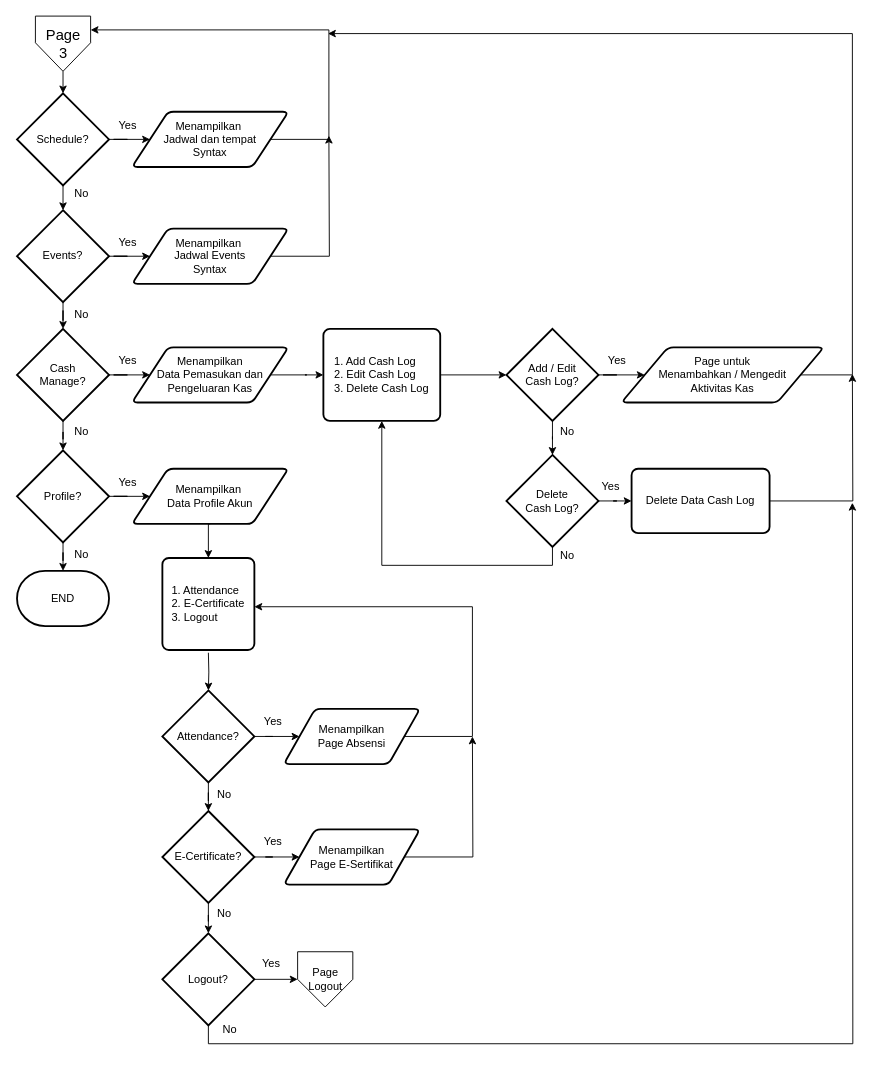
Earlier version of the draw.io diagram PG3.drawio (dapzz-id/DrawIO). Source tidied: cells renumbered, new cells numbered last; positions are measured from the earlier drawing's top-left corner, leaving out a move shared by most shapes. Both pictures are drawn from the tidied source at 92%, with x=0, y=0 at pixel (17, 16).
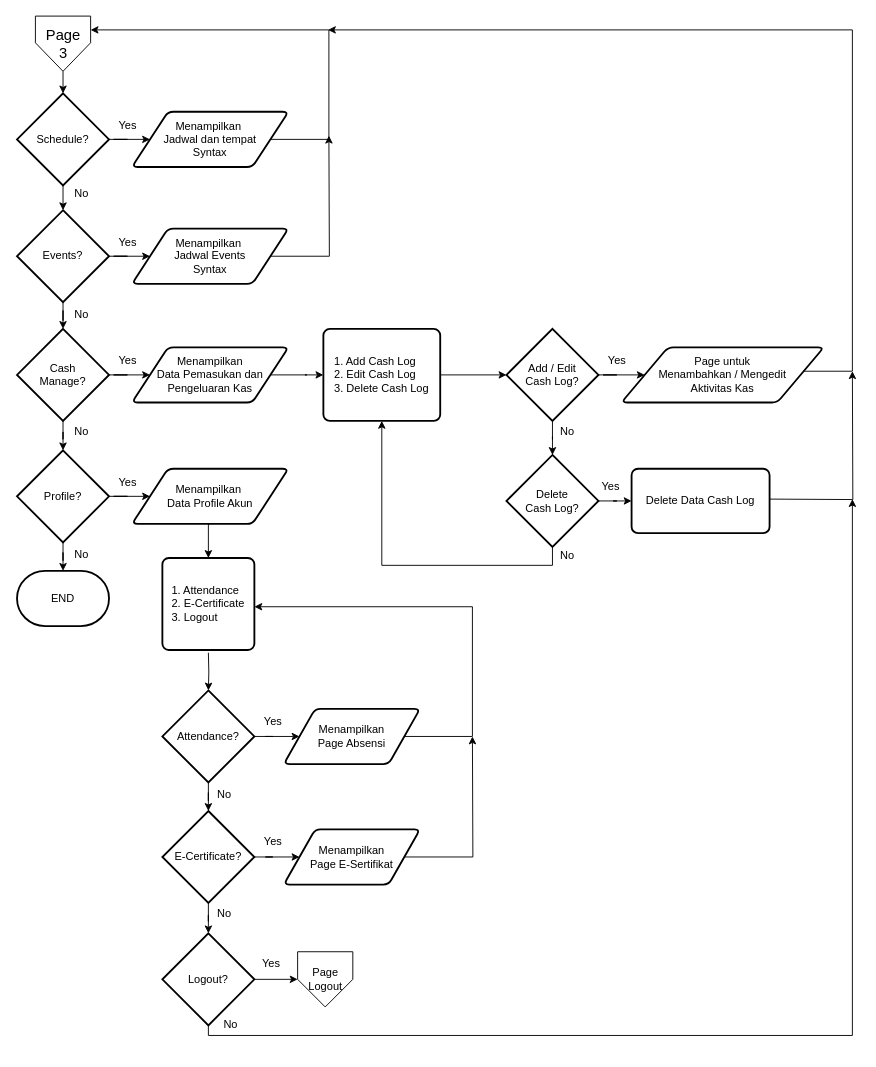
Above is the later version.

The change refers to these unchanged cells:
```xml
<mxCell id="37" value="Logout?" style="strokeWidth=2;html=1;shape=mxgraph.flowchart.decision;whiteSpace=wrap;" parent="1" vertex="1">
  <mxGeometry x="158" y="997" width="100" height="100" as="geometry" />
</mxCell>
<mxCell id="55" value="Page untuk&lt;div&gt;Menambahkan / Mengedit&lt;/div&gt;&lt;div&gt;Aktivitas Kas&lt;/div&gt;" style="shape=parallelogram;html=1;strokeWidth=2;perimeter=parallelogramPerimeter;whiteSpace=wrap;rounded=1;arcSize=12;size=0.23;" parent="1" vertex="1">
  <mxGeometry x="657" y="360" width="220" height="60" as="geometry" />
</mxCell>
<mxCell id="60" value="Delete Data Cash Log" style="rounded=1;whiteSpace=wrap;html=1;absoluteArcSize=1;arcSize=14;strokeWidth=2;" parent="1" vertex="1">
  <mxGeometry x="668" y="492" width="150" height="70" as="geometry" />
</mxCell>
```

The edit, as a diff of the source:
```diff
@@
     <mxCell id="36" style="edgeStyle=orthogonalEdgeStyle;rounded=0;jettySize=auto;html=1;exitX=0.5;exitY=1;exitDx=0;exitDy=0;exitPerimeter=0;" parent="1" edge="1" source="37">
       <mxGeometry relative="1" as="geometry">
-        <mxPoint x="908" y="529" as="targetPoint" />
+        <mxPoint x="908" y="525" as="targetPoint" />
+        <Array as="points">
+          <mxPoint x="208" y="1108" />
+          <mxPoint x="908" y="1108" />
+        </Array>
       </mxGeometry>
     </mxCell>
@@
-    <mxCell id="54" style="edgeStyle=elbowEdgeStyle;rounded=0;jettySize=auto;html=1;exitX=1;exitY=0.5;exitDx=0;exitDy=0;" parent="1" edge="1" source="55">
+    <mxCell id="54" style="edgeStyle=elbowEdgeStyle;rounded=0;orthogonalLoop=1;jettySize=auto;html=1;exitX=1;exitY=0.5;exitDx=0;exitDy=0;" parent="1" edge="1">
       <mxGeometry relative="1" as="geometry">
-        <mxPoint x="338" y="19" as="targetPoint" />
+        <mxPoint x="851.7" y="386" as="sourcePoint" />
+        <mxPoint x="338" y="15" as="targetPoint" />
         <Array as="points">
-          <mxPoint x="908" y="239" />
+          <mxPoint x="908" y="235" />
         </Array>
       </mxGeometry>
     </mxCell>
@@
-    <mxCell id="59" style="edgeStyle=orthogonalEdgeStyle;rounded=0;jettySize=auto;html=1;exitX=1;exitY=0.5;exitDx=0;exitDy=0;" parent="1" edge="1" source="60">
+    <mxCell id="59" style="edgeStyle=orthogonalEdgeStyle;rounded=0;orthogonalLoop=1;jettySize=auto;html=1;exitX=1;exitY=0.5;exitDx=0;exitDy=0;" parent="1" edge="1">
       <mxGeometry relative="1" as="geometry">
-        <mxPoint x="908" y="389" as="targetPoint" />
+        <mxPoint x="818" y="525" as="sourcePoint" />
+        <mxPoint x="908" y="386" as="targetPoint" />
       </mxGeometry>
     </mxCell>
@@
     <mxCell id="65" value="No" style="text;html=1;align=center;verticalAlign=middle;strokeColor=none;fillColor=none;" parent="1" vertex="1">
-      <mxGeometry x="211" y="1087" width="40" height="30" as="geometry" />
+      <mxGeometry x="212" y="1081" width="40" height="30" as="geometry" />
     </mxCell>
```
